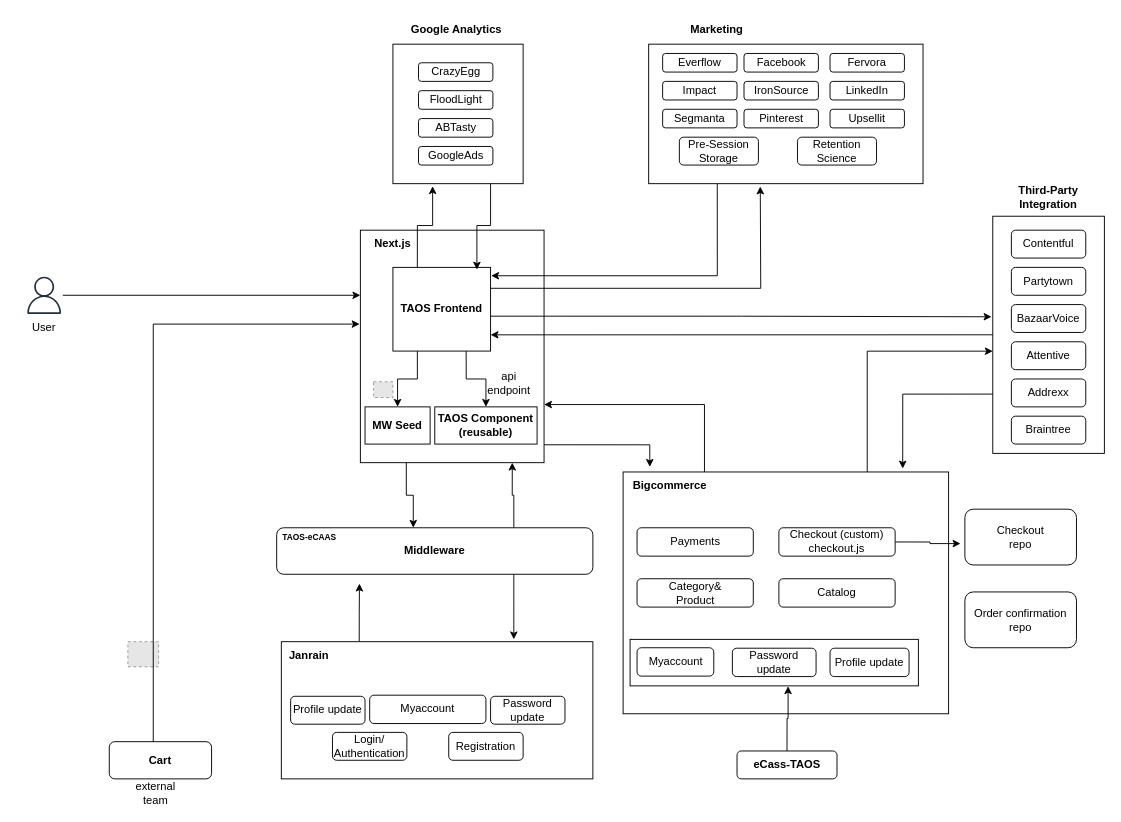
Above: page "TAOS-Existing v2" (2 of 3) of TAOS/TAOS-Existing.drawio in akanksha-61087268/drawio (draw.io), before the change. Source tidied: cells renumbered, new cells numbered last; positions are measured from the earlier drawing's top-left corner, leaving out a move shared by most shapes. Both pictures are drawn from the tidied source at 93%, with x=0, y=0 at pixel (16, 16). Pictures stored in the file or linked from it are replaced by grey dashed boxes.
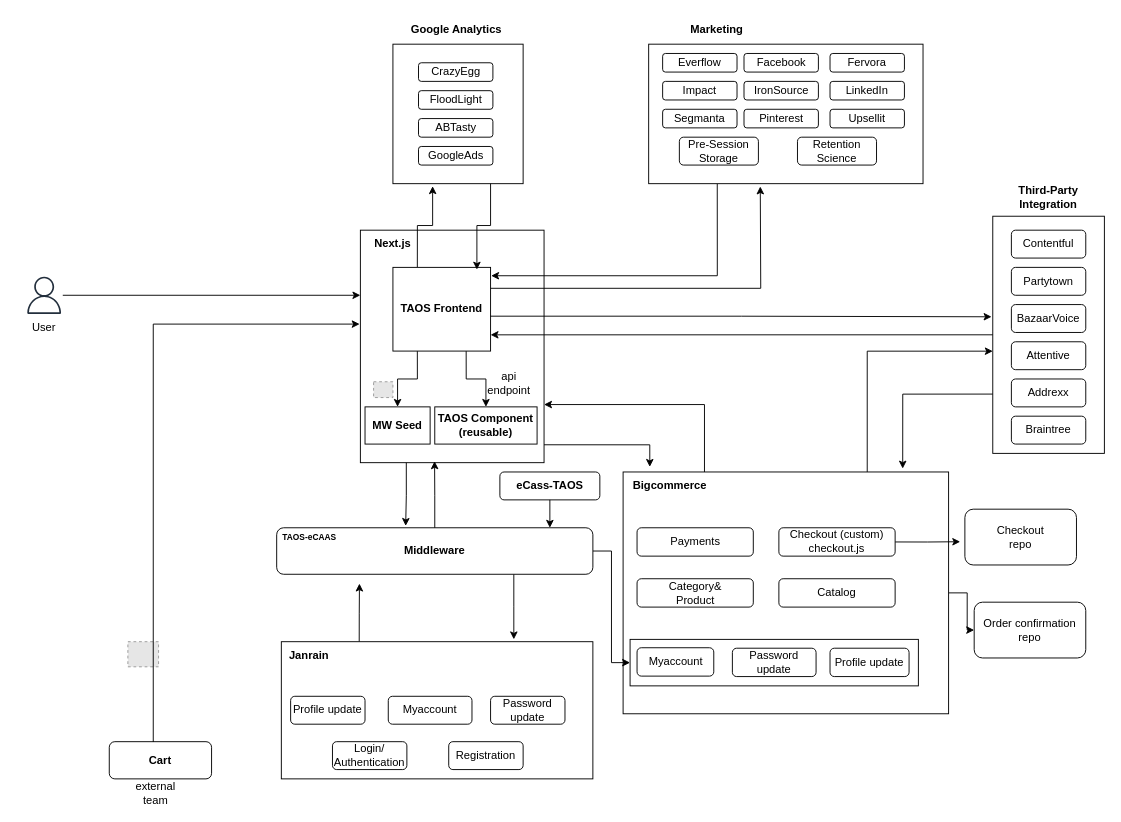
The same diagram, later.

The change refers to these unchanged cells:
```xml
<mxCell id="2" style="rounded=0;whiteSpace=wrap;html=1;" parent="1" vertex="1">
  <mxGeometry x="370" y="230" width="197.5" height="250" as="geometry" />
</mxCell>
<mxCell id="4" style="rounded=0;whiteSpace=wrap;html=1;" parent="1" vertex="1">
  <mxGeometry x="652.5" y="490" width="350" height="260" as="geometry" />
</mxCell>
<mxCell id="7" value="&lt;b&gt;Middleware&lt;/b&gt;" style="rounded=1;whiteSpace=wrap;html=1;" parent="1" vertex="1">
  <mxGeometry x="280" y="550" width="340" height="50" as="geometry" />
</mxCell>
<mxCell id="64" value="Checkout&lt;br&gt;repo" style="rounded=1;whiteSpace=wrap;html=1;" parent="1" vertex="1">
  <mxGeometry x="1020" y="530" width="120" height="60" as="geometry" />
</mxCell>
<mxCell id="68" style="rounded=0;whiteSpace=wrap;html=1;" parent="1" vertex="1">
  <mxGeometry x="660" y="670" width="310" height="50" as="geometry" />
</mxCell>
<mxCell id="76" value="Checkout (custom)&lt;br&gt;checkout.js" style="rounded=1;whiteSpace=wrap;html=1;" parent="1" vertex="1">
  <mxGeometry x="820" y="550" width="125" height="30.5" as="geometry" />
</mxCell>
```

Change to the diagram source:
```diff
@@
+    <mxCell id="83" style="edgeStyle=orthogonalEdgeStyle;rounded=0;jettySize=auto;html=1;exitX=1;exitY=0.5;exitDx=0;exitDy=0;entryX=0;entryY=0.5;entryDx=0;entryDy=0;" parent="1" edge="1" source="4" target="65">
+      <mxGeometry relative="1" as="geometry" />
+    </mxCell>
@@
-    <mxCell id="5" style="edgeStyle=orthogonalEdgeStyle;rounded=0;jettySize=auto;html=1;exitX=0.75;exitY=0;exitDx=0;exitDy=0;entryX=0.827;entryY=1;entryDx=0;entryDy=0;entryPerimeter=0;" parent="1" edge="1" source="7" target="2">
-      <mxGeometry relative="1" as="geometry" />
-    </mxCell>
@@
+    <mxCell id="84" style="edgeStyle=orthogonalEdgeStyle;rounded=0;jettySize=auto;html=1;exitX=1;exitY=0.5;exitDx=0;exitDy=0;entryX=0;entryY=0.5;entryDx=0;entryDy=0;" parent="1" edge="1" source="7" target="68">
+      <mxGeometry relative="1" as="geometry" />
+    </mxCell>
@@
     <mxCell id="47" value="Login/&lt;br&gt;Authentication" style="rounded=1;whiteSpace=wrap;html=1;" parent="1" vertex="1">
-      <mxGeometry x="340" y="770" width="80" height="30" as="geometry" />
+      <mxGeometry x="340" y="780" width="80" height="30" as="geometry" />
     </mxCell>
     <mxCell id="48" value="Registration" style="rounded=1;whiteSpace=wrap;html=1;" parent="1" vertex="1">
-      <mxGeometry x="465" y="770" width="80" height="30" as="geometry" />
+      <mxGeometry x="465" y="780" width="80" height="30" as="geometry" />
     </mxCell>
@@
-    <mxCell id="62" value="&lt;b&gt;eCass-TAOS&lt;/b&gt;" style="rounded=1;whiteSpace=wrap;html=1;" parent="1" vertex="1">
-      <mxGeometry x="775" y="790" width="107.5" height="30" as="geometry" />
-    </mxCell>
     <mxCell id="63" value="Myaccount" style="rounded=1;whiteSpace=wrap;html=1;" parent="1" vertex="1">
-      <mxGeometry x="380" y="730" width="125" height="30.5" as="geometry" />
+      <mxGeometry x="400" y="731.2" width="90" height="30" as="geometry" />
     </mxCell>
@@
     <mxCell id="65" value="Order confirmation&lt;br&gt;repo" style="rounded=1;whiteSpace=wrap;html=1;" parent="1" vertex="1">
-      <mxGeometry x="1020" y="619" width="120" height="60" as="geometry" />
+      <mxGeometry x="1030" y="630" width="120" height="60" as="geometry" />
     </mxCell>
@@
-    <mxCell id="73" style="edgeStyle=orthogonalEdgeStyle;rounded=0;jettySize=auto;html=1;exitX=0.25;exitY=1;exitDx=0;exitDy=0;entryX=0.432;entryY=0;entryDx=0;entryDy=0;entryPerimeter=0;" parent="1" edge="1" source="2" target="7">
+    <mxCell id="73" style="edgeStyle=orthogonalEdgeStyle;rounded=0;jettySize=auto;html=1;exitX=0.25;exitY=1;exitDx=0;exitDy=0;entryX=0.408;entryY=-0.04;entryDx=0;entryDy=0;entryPerimeter=0;" parent="1" edge="1" source="2" target="7">
       <mxGeometry relative="1" as="geometry" />
     </mxCell>
@@
-    <mxCell id="75" style="edgeStyle=orthogonalEdgeStyle;rounded=0;jettySize=auto;html=1;exitX=1;exitY=0.5;exitDx=0;exitDy=0;entryX=-0.039;entryY=0.617;entryDx=0;entryDy=0;entryPerimeter=0;" parent="1" edge="1" source="76" target="64">
-      <mxGeometry relative="1" as="geometry" />
+    <mxCell id="75" style="edgeStyle=orthogonalEdgeStyle;rounded=0;jettySize=auto;html=1;exitX=1;exitY=0.5;exitDx=0;exitDy=0;" parent="1" edge="1" source="76">
+      <mxGeometry relative="1" as="geometry">
+        <mxPoint x="1015" y="565" as="targetPoint" />
+      </mxGeometry>
     </mxCell>
@@
-    <mxCell id="77" style="edgeStyle=orthogonalEdgeStyle;rounded=0;jettySize=auto;html=1;exitX=0.5;exitY=0;exitDx=0;exitDy=0;entryX=0.548;entryY=1.007;entryDx=0;entryDy=0;entryPerimeter=0;" parent="1" edge="1" source="62" target="68">
-      <mxGeometry relative="1" as="geometry" />
-    </mxCell>
@@
+    <mxCell id="62" value="&lt;b&gt;eCass-TAOS&lt;/b&gt;" style="rounded=1;whiteSpace=wrap;html=1;" parent="1" vertex="1">
+      <mxGeometry x="520" y="490" width="107.5" height="30" as="geometry" />
+    </mxCell>
+    <mxCell id="5" style="edgeStyle=orthogonalEdgeStyle;rounded=0;jettySize=auto;html=1;exitX=0.5;exitY=0;exitDx=0;exitDy=0;entryX=0.404;entryY=0.994;entryDx=0;entryDy=0;entryPerimeter=0;" parent="1" edge="1" source="7" target="2">
+      <mxGeometry relative="1" as="geometry" />
+    </mxCell>
+    <mxCell id="85" style="edgeStyle=orthogonalEdgeStyle;rounded=0;jettySize=auto;html=1;exitX=0.5;exitY=1;exitDx=0;exitDy=0;entryX=0.864;entryY=0;entryDx=0;entryDy=0;entryPerimeter=0;" parent="1" edge="1" source="62" target="7">
+      <mxGeometry relative="1" as="geometry" />
+    </mxCell>
```
